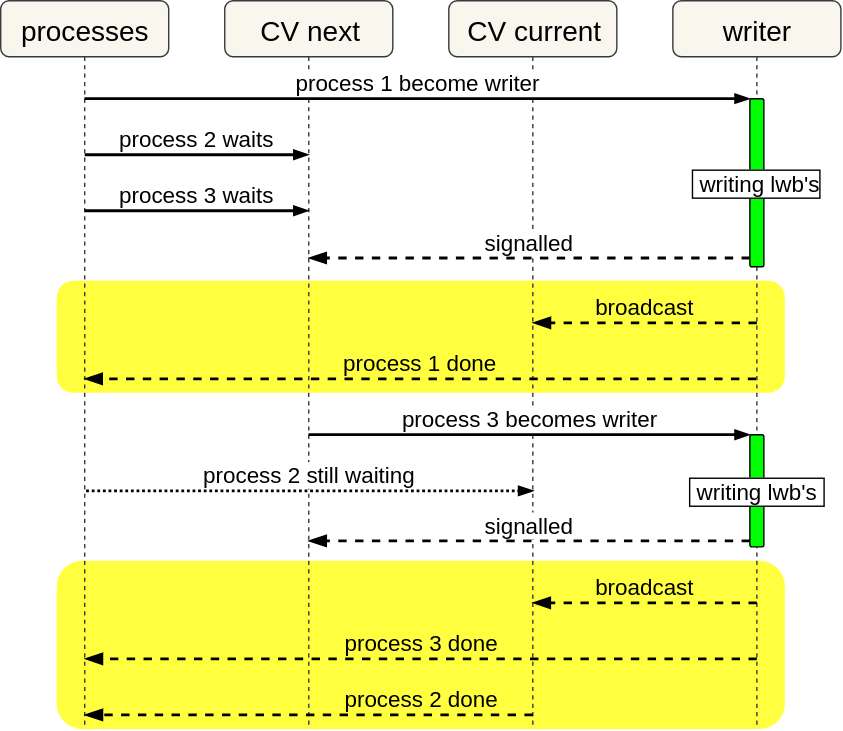
prakashsurya/prakashsurya.github.io keeps this draw.io diagram as static/post/2017-10-24-zil-performance-how-i-doubled-sync-write-speed/waiter-sequence-before-02.svg. Above is the earlier version. Source tidied: cells renumbered, new cells last; positions are measured from the earlier drawing's top-left corner, leaving out a move shared by most shapes. Its diagram source:
```xml
<mxGraphModel background="#ffffff">
  <root>
    <mxCell id="0" />
    <mxCell id="1" parent="0" />
    <mxCell id="2" style="rounded=1;whiteSpace=wrap;html=1;shadow=0;comic=0;labelBackgroundColor=#ffffff;strokeWidth=1;fillColor=#FFFF00;fontSize=16;opacity=75;strokeColor=none;" parent="1" vertex="1">
      <mxGeometry x="40" y="200" width="520" height="80" as="geometry" />
    </mxCell>
    <mxCell id="3" style="rounded=1;whiteSpace=wrap;html=1;shadow=0;comic=0;labelBackgroundColor=#ffffff;strokeWidth=1;fillColor=#FFFF00;fontSize=16;opacity=75;strokeColor=none;" parent="1" vertex="1">
      <mxGeometry x="40" y="400" width="520" height="120" as="geometry" />
    </mxCell>
    <mxCell id="4" value="CV next" style="shape=umlLifeline;perimeter=lifelinePerimeter;whiteSpace=wrap;html=1;outlineConnect=0;rounded=1;shadow=0;comic=0;fillColor=#f9f7ed;fontSize=20;strokeColor=#36393d;" parent="1" vertex="1">
      <mxGeometry x="160" width="120" height="520" as="geometry" />
    </mxCell>
    <mxCell id="5" value="CV current" style="shape=umlLifeline;perimeter=lifelinePerimeter;whiteSpace=wrap;html=1;rounded=1;shadow=0;comic=0;fillColor=#f9f7ed;fontSize=20;strokeColor=#36393d;" parent="1" vertex="1">
      <mxGeometry x="320" width="120" height="520" as="geometry" />
    </mxCell>
    <mxCell id="6" value="processes" style="shape=umlLifeline;perimeter=lifelinePerimeter;whiteSpace=wrap;html=1;outlineConnect=0;rounded=1;shadow=0;comic=0;fillColor=#f9f7ed;fontSize=20;strokeColor=#36393d;" parent="1" vertex="1">
      <mxGeometry width="120" height="520" as="geometry" />
    </mxCell>
    <mxCell id="7" value="writer" style="shape=umlLifeline;perimeter=lifelinePerimeter;whiteSpace=wrap;html=1;outlineConnect=0;rounded=1;shadow=0;comic=0;fillColor=#f9f7ed;fontSize=20;strokeColor=#36393d;" parent="1" vertex="1">
      <mxGeometry x="480" width="120" height="520" as="geometry" />
    </mxCell>
    <mxCell id="8" value="&amp;nbsp;writing lwb's" style="html=1;points=[];perimeter=orthogonalPerimeter;rounded=1;shadow=0;comic=0;labelBackgroundColor=#ffffff;fillColor=#00FF00;fontSize=16;labelPosition=center;verticalLabelPosition=middle;align=center;verticalAlign=middle;labelBorderColor=#000000;" parent="7" vertex="1">
      <mxGeometry x="55" y="70" width="10" height="120" as="geometry" />
    </mxCell>
    <mxCell id="9" value="&amp;nbsp;writing lwb's&amp;nbsp;" style="html=1;points=[];perimeter=orthogonalPerimeter;rounded=1;shadow=0;comic=0;labelBackgroundColor=#ffffff;fillColor=#00FF00;fontSize=16;labelPosition=center;verticalLabelPosition=middle;align=center;verticalAlign=middle;labelBorderColor=#000000;" parent="7" vertex="1">
      <mxGeometry x="55" y="310" width="10" height="80" as="geometry" />
    </mxCell>
    <mxCell id="10" value="process 1 become writer" style="html=1;verticalAlign=bottom;endArrow=blockThin;entryX=0;entryY=0;shadow=0;labelBackgroundColor=#ffffff;strokeWidth=2;fontSize=16;labelPosition=center;verticalLabelPosition=top;align=center;endFill=1;" parent="1" edge="1" source="6" target="8">
      <mxGeometry relative="1" as="geometry" />
    </mxCell>
    <mxCell id="11" value="signalled" style="html=1;verticalAlign=bottom;endArrow=blockThin;dashed=1;endSize=8;exitX=0;exitY=0.95;shadow=0;labelBackgroundColor=#ffffff;strokeWidth=2;fontSize=16;labelPosition=center;verticalLabelPosition=top;align=center;endFill=1;" parent="1" edge="1" source="8" target="4">
      <mxGeometry relative="1" as="geometry" />
    </mxCell>
    <mxCell id="12" value="process 2 waits" style="html=1;verticalAlign=bottom;endArrow=blockThin;shadow=0;labelBackgroundColor=#ffffff;strokeWidth=2;fontSize=16;labelPosition=center;verticalLabelPosition=top;align=center;endFill=1;" parent="1" edge="1">
      <mxGeometry relative="1" as="geometry">
        <mxPoint x="60" y="110" as="sourcePoint" />
        <mxPoint x="220" y="110" as="targetPoint" />
      </mxGeometry>
    </mxCell>
    <mxCell id="13" value="process 3 waits" style="html=1;verticalAlign=bottom;endArrow=blockThin;shadow=0;labelBackgroundColor=#ffffff;strokeWidth=2;fontSize=16;labelPosition=center;verticalLabelPosition=top;align=center;endFill=1;" parent="1" edge="1">
      <mxGeometry relative="1" as="geometry">
        <mxPoint x="60" y="150" as="sourcePoint" />
        <mxPoint x="220" y="150" as="targetPoint" />
      </mxGeometry>
    </mxCell>
    <mxCell id="14" value="process 3 becomes writer" style="html=1;verticalAlign=bottom;endArrow=blockThin;entryX=0;entryY=0;shadow=0;labelBackgroundColor=#ffffff;strokeWidth=2;fontSize=16;labelPosition=center;verticalLabelPosition=top;align=center;endFill=1;" parent="1" edge="1" source="4" target="9">
      <mxGeometry relative="1" as="geometry" />
    </mxCell>
    <mxCell id="15" value="signalled" style="html=1;verticalAlign=bottom;endArrow=blockThin;dashed=1;endSize=8;exitX=0;exitY=0.95;shadow=0;labelBackgroundColor=#ffffff;strokeWidth=2;fontSize=16;labelPosition=center;verticalLabelPosition=top;align=center;endFill=1;" parent="1" edge="1" source="9" target="4">
      <mxGeometry relative="1" as="geometry" />
    </mxCell>
    <mxCell id="16" value="process 2 still waiting" style="html=1;verticalAlign=bottom;endArrow=blockThin;shadow=0;labelBackgroundColor=#ffffff;strokeWidth=2;fontSize=16;dashed=1;dashPattern=1 1;labelPosition=center;verticalLabelPosition=top;align=center;endFill=1;" parent="1" edge="1">
      <mxGeometry relative="1" as="geometry">
        <mxPoint x="61" y="350" as="sourcePoint" />
        <mxPoint x="380.5" y="350" as="targetPoint" />
      </mxGeometry>
    </mxCell>
    <mxCell id="17" value="broadcast" style="html=1;verticalAlign=bottom;endArrow=blockThin;dashed=1;endSize=8;shadow=0;labelBackgroundColor=none;strokeWidth=2;fontSize=16;labelPosition=center;verticalLabelPosition=top;align=center;endFill=1;" parent="1" edge="1">
      <mxGeometry relative="1" as="geometry">
        <mxPoint x="540" y="430" as="sourcePoint" />
        <mxPoint x="379.8" y="430" as="targetPoint" />
      </mxGeometry>
    </mxCell>
    <mxCell id="18" value="broadcast" style="html=1;verticalAlign=bottom;endArrow=blockThin;dashed=1;endSize=8;shadow=0;labelBackgroundColor=none;strokeWidth=2;fontSize=16;labelPosition=center;verticalLabelPosition=top;align=center;endFill=1;" parent="1" edge="1">
      <mxGeometry relative="1" as="geometry">
        <mxPoint x="540" y="230" as="sourcePoint" />
        <mxPoint x="379.9" y="230" as="targetPoint" />
      </mxGeometry>
    </mxCell>
    <mxCell id="19" value="process 1 done" style="html=1;verticalAlign=bottom;endArrow=blockThin;dashed=1;endSize=8;shadow=0;labelBackgroundColor=none;strokeWidth=2;fontSize=16;labelPosition=center;verticalLabelPosition=top;align=center;endFill=1;" parent="1" edge="1" source="7" target="6">
      <mxGeometry relative="1" as="geometry">
        <Array as="points">
          <mxPoint x="480" y="270" />
        </Array>
      </mxGeometry>
    </mxCell>
    <mxCell id="20" value="process 3 done" style="html=1;verticalAlign=bottom;endArrow=blockThin;dashed=1;endSize=8;shadow=0;labelBackgroundColor=none;strokeWidth=2;fontSize=16;labelPosition=center;verticalLabelPosition=top;align=center;endFill=1;" parent="1" edge="1">
      <mxGeometry relative="1" as="geometry">
        <mxPoint x="540" y="470" as="sourcePoint" />
        <mxPoint x="60" y="470" as="targetPoint" />
      </mxGeometry>
    </mxCell>
    <mxCell id="21" value="process 2 done" style="html=1;verticalAlign=bottom;endArrow=blockThin;dashed=1;endSize=8;shadow=0;labelBackgroundColor=none;strokeWidth=2;fontSize=16;labelPosition=center;verticalLabelPosition=top;align=center;endFill=1;" parent="1" edge="1">
      <mxGeometry x="-0.5" relative="1" as="geometry">
        <mxPoint x="380" y="510" as="sourcePoint" />
        <mxPoint x="60" y="510" as="targetPoint" />
      </mxGeometry>
    </mxCell>
  </root>
</mxGraphModel>
```
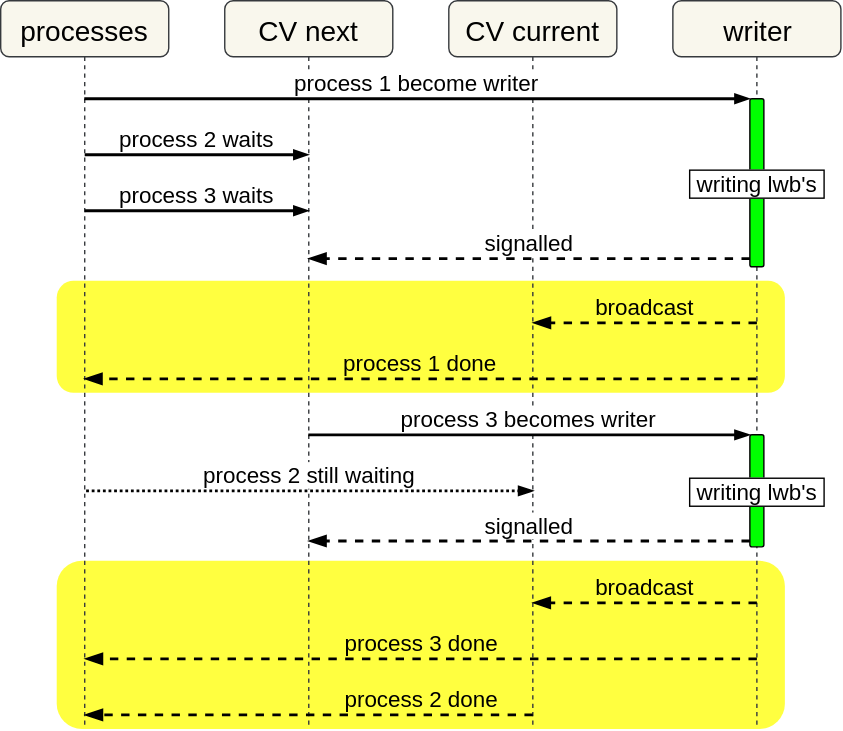
After the commit.

The edit, as a diff of the source:
```diff
@@ -20,7 +20,7 @@
     <mxCell id="7" value="writer" style="shape=umlLifeline;perimeter=lifelinePerimeter;whiteSpace=wrap;html=1;outlineConnect=0;rounded=1;shadow=0;comic=0;fillColor=#f9f7ed;fontSize=20;strokeColor=#36393d;" parent="1" vertex="1">
       <mxGeometry x="480" width="120" height="520" as="geometry" />
     </mxCell>
-    <mxCell id="8" value="&amp;nbsp;writing lwb's" style="html=1;points=[];perimeter=orthogonalPerimeter;rounded=1;shadow=0;comic=0;labelBackgroundColor=#ffffff;fillColor=#00FF00;fontSize=16;labelPosition=center;verticalLabelPosition=middle;align=center;verticalAlign=middle;labelBorderColor=#000000;" parent="7" vertex="1">
+    <mxCell id="8" value="&amp;nbsp;writing lwb's&amp;nbsp;" style="html=1;points=[];perimeter=orthogonalPerimeter;rounded=1;shadow=0;comic=0;labelBackgroundColor=#ffffff;fillColor=#00FF00;fontSize=16;labelPosition=center;verticalLabelPosition=middle;align=center;verticalAlign=middle;labelBorderColor=#000000;" parent="7" vertex="1">
       <mxGeometry x="55" y="70" width="10" height="120" as="geometry" />
     </mxCell>
     <mxCell id="9" value="&amp;nbsp;writing lwb's&amp;nbsp;" style="html=1;points=[];perimeter=orthogonalPerimeter;rounded=1;shadow=0;comic=0;labelBackgroundColor=#ffffff;fillColor=#00FF00;fontSize=16;labelPosition=center;verticalLabelPosition=middle;align=center;verticalAlign=middle;labelBorderColor=#000000;" parent="7" vertex="1">
```
